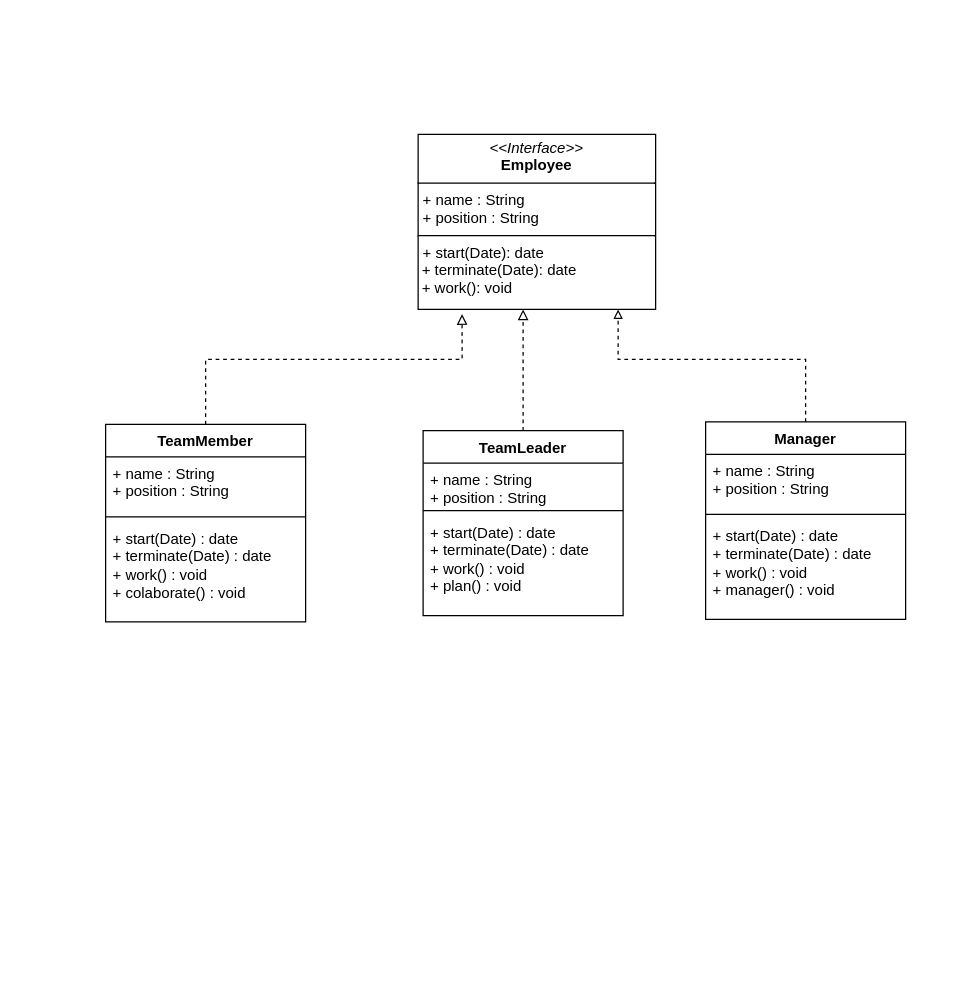
rtavares018/Recursos-teste-ITW keeps this draw.io diagram as Diagrama sem nome.drawio. Above is the earlier version. Source tidied: cells renumbered, new cells numbered last; positions are measured from the earlier drawing's top-left corner, leaving out a move shared by most shapes. Both pictures are drawn from the tidied source at 125%, with x=0, y=0 at pixel (105, 134).
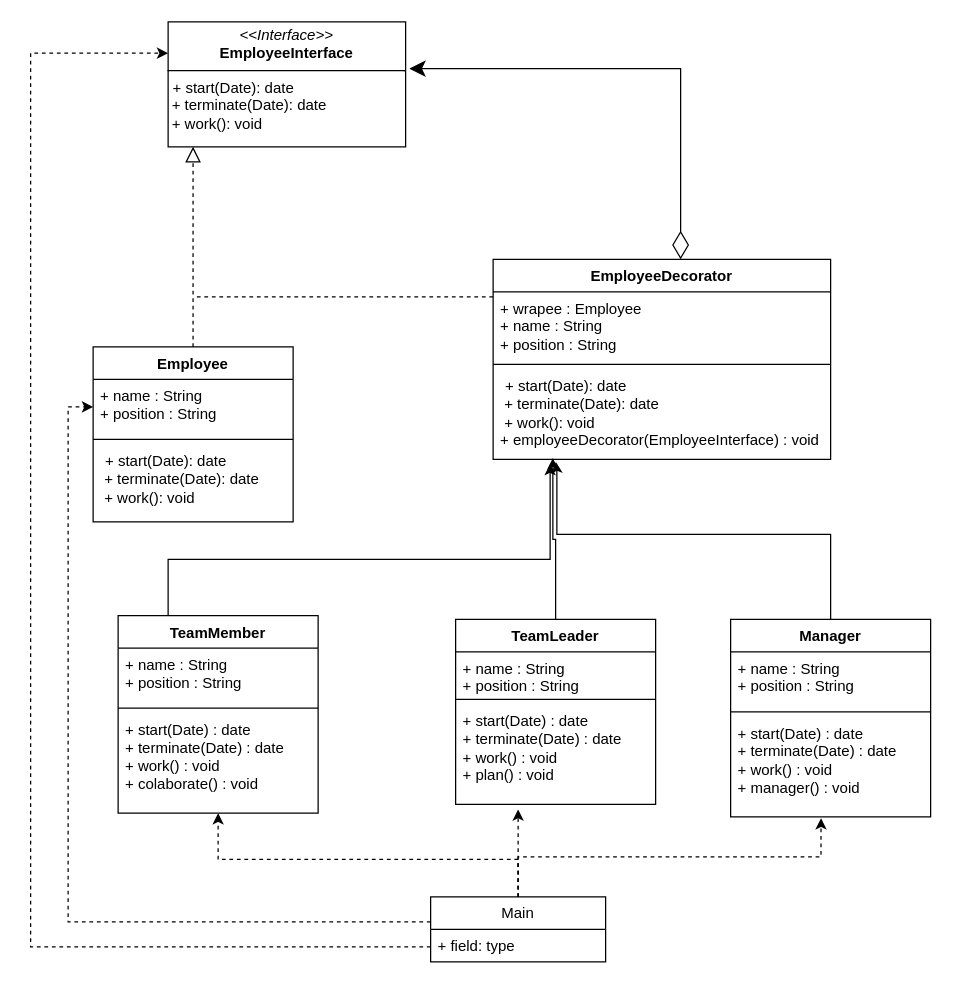
The same page after the edit.

The change refers to these unchanged cells:
```xml
<mxCell id="14" value="+ start(Date) : date&lt;div&gt;+ terminate(Date) : date&lt;/div&gt;&lt;div&gt;+ work() : void&lt;/div&gt;&lt;div&gt;+ manager() : void&amp;nbsp;&lt;/div&gt;" style="text;strokeColor=none;fillColor=none;align=left;verticalAlign=top;spacingLeft=4;spacingRight=4;overflow=hidden;points=[[0,0.5],[1,0.5]];portConstraint=eastwest;whiteSpace=wrap;html=1;" parent="11" vertex="1">
  <mxGeometry y="78" width="160" height="80" as="geometry" />
</mxCell>
```

The edit, as a diff of the source:
```diff
@@
     <mxCell id="2" value="TeamMember" style="swimlane;fontStyle=1;align=center;verticalAlign=top;horizontal=1;startSize=26;whiteSpace=wrap;html=1;" parent="1" vertex="1">
-      <mxGeometry y="232" width="160" height="158" as="geometry" />
+      <mxGeometry x="10" y="385" width="160" height="158" as="geometry" />
     </mxCell>
@@
     <mxCell id="6" value="TeamLeader" style="swimlane;fontStyle=1;align=center;verticalAlign=top;horizontal=1;startSize=26;whiteSpace=wrap;html=1;" parent="1" vertex="1">
-      <mxGeometry x="254" y="237" width="160" height="148" as="geometry" />
+      <mxGeometry x="280" y="388" width="160" height="148" as="geometry" />
     </mxCell>
@@
-    <mxCell id="10" style="edgeStyle=orthogonalEdgeStyle;rounded=0;jettySize=auto;html=1;dashed=1;strokeColor=default;endSize=5;endArrow=block;endFill=0;" parent="1" edge="1" source="11" target="15">
-      <mxGeometry relative="1" as="geometry">
-        <Array as="points">
-          <mxPoint x="560" y="180" />
-          <mxPoint x="410" y="180" />
-        </Array>
-      </mxGeometry>
-    </mxCell>
+    <mxCell id="18" style="edgeStyle=orthogonalEdgeStyle;rounded=0;jettySize=auto;html=1;entryX=0.186;entryY=1.029;entryDx=0;entryDy=0;entryPerimeter=0;" parent="1" edge="1" source="11" target="27">
+      <mxGeometry relative="1" as="geometry">
+        <Array as="points">
+          <mxPoint x="580" y="320" />
+          <mxPoint x="361" y="320" />
+          <mxPoint x="361" y="270" />
+          <mxPoint x="360" y="270" />
+        </Array>
+      </mxGeometry>
+    </mxCell>
     <mxCell id="11" value="Manager" style="swimlane;fontStyle=1;align=center;verticalAlign=top;horizontal=1;startSize=26;whiteSpace=wrap;html=1;" parent="1" vertex="1">
-      <mxGeometry x="480" y="230" width="160" height="158" as="geometry" />
+      <mxGeometry x="500" y="388" width="160" height="158" as="geometry" />
     </mxCell>
@@
-    <mxCell id="15" value="&lt;p style=&quot;margin:0px;margin-top:4px;text-align:center;&quot;&gt;&lt;i&gt;&amp;lt;&amp;lt;Interface&amp;gt;&amp;gt;&lt;/i&gt;&lt;br&gt;&lt;b&gt;Employee&lt;/b&gt;&lt;/p&gt;&lt;hr size=&quot;1&quot; style=&quot;border-style:solid;&quot;&gt;&lt;p style=&quot;margin:0px;margin-left:4px;&quot;&gt;+ name : String&lt;br&gt;+ position : String&lt;/p&gt;&lt;hr size=&quot;1&quot; style=&quot;border-style:solid;&quot;&gt;&lt;p style=&quot;margin:0px;margin-left:4px;&quot;&gt;+ start(Date): date&lt;/p&gt;&lt;div&gt;&amp;nbsp;+ terminate(Date): date&lt;/div&gt;&lt;div&gt;&amp;nbsp;+ work(): void&lt;/div&gt;" style="verticalAlign=top;align=left;overflow=fill;html=1;whiteSpace=wrap;" parent="1" vertex="1">
-      <mxGeometry x="250" width="190" height="140" as="geometry" />
+    <mxCell id="15" value="&lt;p style=&quot;margin:0px;margin-top:4px;text-align:center;&quot;&gt;&lt;i&gt;&amp;lt;&amp;lt;Interface&amp;gt;&amp;gt;&lt;/i&gt;&lt;br&gt;&lt;b&gt;EmployeeInterface&lt;/b&gt;&lt;/p&gt;&lt;hr size=&quot;1&quot; style=&quot;border-style:solid;&quot;&gt;&lt;p style=&quot;margin:0px;margin-left:4px;&quot;&gt;+ start(Date): date&lt;/p&gt;&lt;div&gt;&amp;nbsp;+ terminate(Date): date&lt;/div&gt;&lt;div&gt;&amp;nbsp;+ work(): void&lt;/div&gt;" style="verticalAlign=top;align=left;overflow=fill;html=1;whiteSpace=wrap;" parent="1" vertex="1">
+      <mxGeometry x="50" y="-90" width="190" height="100" as="geometry" />
     </mxCell>
-    <mxCell id="16" style="edgeStyle=orthogonalEdgeStyle;rounded=0;jettySize=auto;html=1;entryX=0.442;entryY=1;entryDx=0;entryDy=0;entryPerimeter=0;dashed=1;endArrow=block;endFill=0;" parent="1" edge="1" source="6" target="15">
-      <mxGeometry relative="1" as="geometry" />
-    </mxCell>
-    <mxCell id="17" style="edgeStyle=orthogonalEdgeStyle;rounded=0;jettySize=auto;html=1;entryX=0.185;entryY=1.027;entryDx=0;entryDy=0;entryPerimeter=0;dashed=1;endArrow=block;endFill=0;" parent="1" edge="1" source="2" target="15">
-      <mxGeometry relative="1" as="geometry">
-        <Array as="points">
-          <mxPoint x="80" y="180" />
-          <mxPoint x="285" y="180" />
-        </Array>
-      </mxGeometry>
-    </mxCell>
+    <mxCell id="19" value="Employee" style="swimlane;fontStyle=1;align=center;verticalAlign=top;horizontal=1;startSize=26;whiteSpace=wrap;html=1;" parent="1" vertex="1">
+      <mxGeometry x="-10" y="170" width="160" height="140" as="geometry" />
+    </mxCell>
+    <mxCell id="20" value="+ name : String&lt;br&gt;+ position : String" style="text;strokeColor=none;fillColor=none;align=left;verticalAlign=top;spacingLeft=4;spacingRight=4;overflow=hidden;points=[[0,0.5],[1,0.5]];portConstraint=eastwest;whiteSpace=wrap;html=1;" parent="19" vertex="1">
+      <mxGeometry y="26" width="160" height="44" as="geometry" />
+    </mxCell>
+    <mxCell id="21" style="line;strokeWidth=1;fillColor=none;align=left;verticalAlign=middle;spacingTop=-1;spacingLeft=3;spacingRight=3;labelPosition=right;strokeColor=inherit;" parent="19" vertex="1">
+      <mxGeometry y="70" width="160" height="8" as="geometry" />
+    </mxCell>
+    <mxCell id="22" value="&lt;p style=&quot;margin: 0px 0px 0px 4px;&quot;&gt;+ start(Date): date&lt;/p&gt;&lt;div&gt;&amp;nbsp;+ terminate(Date): date&lt;/div&gt;&lt;div&gt;&amp;nbsp;+ work(): void&lt;/div&gt;" style="text;strokeColor=none;fillColor=none;align=left;verticalAlign=top;spacingLeft=4;spacingRight=4;overflow=hidden;whiteSpace=wrap;html=1;" parent="19" vertex="1">
+      <mxGeometry y="78" width="160" height="62" as="geometry" />
+    </mxCell>
+    <mxCell id="23" style="edgeStyle=orthogonalEdgeStyle;rounded=0;jettySize=auto;html=1;entryX=0.105;entryY=0.999;entryDx=0;entryDy=0;entryPerimeter=0;endArrow=block;endFill=0;dashed=1;endSize=10;" parent="1" edge="1" source="19" target="15">
+      <mxGeometry relative="1" as="geometry" />
+    </mxCell>
+    <mxCell id="24" value="EmployeeDecorator" style="swimlane;fontStyle=1;align=center;verticalAlign=top;horizontal=1;startSize=26;whiteSpace=wrap;html=1;" parent="1" vertex="1">
+      <mxGeometry x="310" y="100" width="270" height="160" as="geometry" />
+    </mxCell>
+    <mxCell id="25" value="&lt;div&gt;+ wrapee : Employee&lt;/div&gt;+ name : String&lt;br&gt;+ position : String" style="text;strokeColor=none;fillColor=none;align=left;verticalAlign=top;spacingLeft=4;spacingRight=4;overflow=hidden;whiteSpace=wrap;html=1;" parent="24" vertex="1">
+      <mxGeometry y="26" width="270" height="54" as="geometry" />
+    </mxCell>
+    <mxCell id="26" style="line;strokeWidth=1;fillColor=none;align=left;verticalAlign=middle;spacingTop=-1;spacingLeft=3;spacingRight=3;labelPosition=right;strokeColor=inherit;" parent="24" vertex="1">
+      <mxGeometry y="80" width="270" height="8" as="geometry" />
+    </mxCell>
+    <mxCell id="27" value="&lt;p style=&quot;margin: 0px 0px 0px 4px;&quot;&gt;+ start(Date): date&lt;/p&gt;&lt;div&gt;&amp;nbsp;+ terminate(Date): date&lt;/div&gt;&lt;div&gt;&amp;nbsp;+ work(): void&lt;/div&gt;&lt;div&gt;+ employeeDecorator(EmployeeInterface) : void&lt;/div&gt;" style="text;strokeColor=none;fillColor=none;align=left;verticalAlign=top;spacingLeft=4;spacingRight=4;overflow=hidden;points=[[0,0.5],[1,0.5]];portConstraint=eastwest;whiteSpace=wrap;html=1;" parent="24" vertex="1">
+      <mxGeometry y="88" width="270" height="72" as="geometry" />
+    </mxCell>
+    <mxCell id="28" style="edgeStyle=orthogonalEdgeStyle;rounded=0;jettySize=auto;html=1;entryX=1.016;entryY=0.374;entryDx=0;entryDy=0;entryPerimeter=0;startArrow=diamondThin;startFill=0;jumpSize=20;startSize=20;endSize=10;" parent="1" edge="1" source="24" target="15">
+      <mxGeometry relative="1" as="geometry">
+        <Array as="points">
+          <mxPoint x="460" y="-53" />
+        </Array>
+      </mxGeometry>
+    </mxCell>
+    <mxCell id="29" style="edgeStyle=orthogonalEdgeStyle;rounded=0;orthogonalLoop=1;jettySize=auto;html=1;dashed=1;endArrow=none;endFill=0;" parent="1" edge="1">
+      <mxGeometry relative="1" as="geometry">
+        <mxPoint x="310" y="130" as="sourcePoint" />
+        <mxPoint x="70" y="130" as="targetPoint" />
+      </mxGeometry>
+    </mxCell>
+    <mxCell id="30" style="edgeStyle=orthogonalEdgeStyle;rounded=0;orthogonalLoop=1;jettySize=auto;html=1;entryX=0.317;entryY=1.051;entryDx=0;entryDy=0;entryPerimeter=0;" parent="1" edge="1">
+      <mxGeometry relative="1" as="geometry">
+        <mxPoint x="50" y="385" as="sourcePoint" />
+        <mxPoint x="355.6" y="263.7" as="targetPoint" />
+        <Array as="points">
+          <mxPoint x="50" y="340" />
+          <mxPoint x="356" y="340" />
+        </Array>
+      </mxGeometry>
+    </mxCell>
+    <mxCell id="31" style="edgeStyle=orthogonalEdgeStyle;rounded=0;jettySize=auto;html=1;entryX=0.177;entryY=0.986;entryDx=0;entryDy=0;entryPerimeter=0;" parent="1" edge="1" source="6" target="27">
+      <mxGeometry relative="1" as="geometry">
+        <Array as="points">
+          <mxPoint x="360" y="324" />
+          <mxPoint x="358" y="324" />
+        </Array>
+      </mxGeometry>
+    </mxCell>
+    <mxCell id="32" style="edgeStyle=orthogonalEdgeStyle;rounded=0;jettySize=auto;html=1;dashed=1;" parent="1" edge="1" source="36">
+      <mxGeometry relative="1" as="geometry">
+        <mxPoint x="330" y="540" as="targetPoint" />
+      </mxGeometry>
+    </mxCell>
+    <mxCell id="33" style="edgeStyle=orthogonalEdgeStyle;rounded=0;jettySize=auto;html=1;entryX=0.5;entryY=1;entryDx=0;entryDy=0;dashed=1;" parent="1" edge="1" source="36" target="2">
+      <mxGeometry relative="1" as="geometry">
+        <Array as="points">
+          <mxPoint x="330" y="580" />
+          <mxPoint x="90" y="580" />
+        </Array>
+      </mxGeometry>
+    </mxCell>
+    <mxCell id="34" style="edgeStyle=orthogonalEdgeStyle;rounded=0;jettySize=auto;html=1;entryX=0;entryY=0.5;entryDx=0;entryDy=0;dashed=1;" parent="1" edge="1" source="36" target="20">
+      <mxGeometry relative="1" as="geometry">
+        <Array as="points">
+          <mxPoint x="-30" y="630" />
+          <mxPoint x="-30" y="218" />
+        </Array>
+      </mxGeometry>
+    </mxCell>
+    <mxCell id="35" style="edgeStyle=orthogonalEdgeStyle;rounded=0;jettySize=auto;html=1;entryX=0;entryY=0.25;entryDx=0;entryDy=0;dashed=1;" parent="1" edge="1" source="36" target="15">
+      <mxGeometry relative="1" as="geometry">
+        <Array as="points">
+          <mxPoint x="-60" y="650" />
+          <mxPoint x="-60" y="-65" />
+        </Array>
+      </mxGeometry>
+    </mxCell>
+    <mxCell id="36" value="Main" style="swimlane;fontStyle=0;horizontal=1;startSize=26;fillColor=none;whiteSpace=wrap;html=1;" parent="1" vertex="1">
+      <mxGeometry x="260" y="610" width="140" height="52" as="geometry" />
+    </mxCell>
+    <mxCell id="37" value="+ field: type" style="text;strokeColor=none;fillColor=none;align=left;verticalAlign=top;spacingLeft=4;spacingRight=4;overflow=hidden;whiteSpace=wrap;html=1;" parent="36" vertex="1">
+      <mxGeometry y="26" width="140" height="26" as="geometry" />
+    </mxCell>
+    <mxCell id="38" style="edgeStyle=orthogonalEdgeStyle;rounded=0;jettySize=auto;html=1;entryX=0.452;entryY=1.013;entryDx=0;entryDy=0;entryPerimeter=0;dashed=1;" parent="1" edge="1" source="36" target="14">
+      <mxGeometry relative="1" as="geometry" />
+    </mxCell>
```
